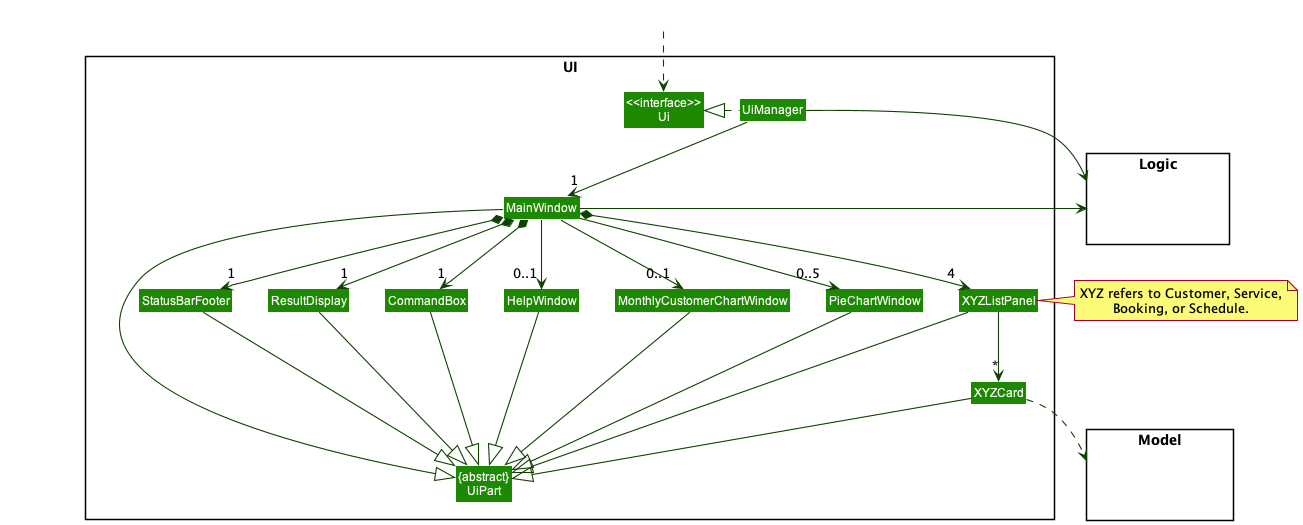
The PlantUML diagram docs/images/UiClassDiagramV2.png in nus-cs2103-AY2122S2/tp, before a commit. Its diagram source:
```plantuml
@startuml
!include style.puml
skinparam arrowThickness 1.1
skinparam arrowColor UI_COLOR_T4
skinparam classBackgroundColor UI_COLOR

package UI <<Rectangle>>{
Class "<<interface>>\nUi" as Ui
Class "{abstract}\nUiPart" as UiPart
Class UiManager
Class MainWindow
Class HelpWindow
Class ResultDisplay
Class XYZListPanel
Class XYZCard
Class StatusBarFooter
Class CommandBox
Class PieChartWindow
Class MonthlyCustomerChartWindow
}

package Model <<Rectangle>> {
Class HiddenModel #FFFFFF
}

package Logic <<Rectangle>> {
Class HiddenLogic #FFFFFF
}

Class HiddenOutside #FFFFFF
HiddenOutside ..> Ui

UiManager .left.|> Ui
UiManager -down-> "1" MainWindow
MainWindow *-down->  "1" CommandBox
MainWindow *-down-> "1" ResultDisplay
MainWindow *-down-> "4" XYZListPanel
MainWindow *-down-> "1" StatusBarFooter
MainWindow --> "0..1" HelpWindow
MainWindow --> "0..5" PieChartWindow
MainWindow --> "0..1" MonthlyCustomerChartWindow

XYZListPanel -down-> "*" XYZCard

MainWindow -left-|> UiPart

ResultDisplay --|> UiPart
CommandBox --|> UiPart
XYZListPanel --|> UiPart
XYZCard --|> UiPart
StatusBarFooter --|> UiPart
HelpWindow --|> UiPart
PieChartWindow --|> UiPart
MonthlyCustomerChartWindow --|> UiPart

XYZCard ..> Model
UiManager -right-> Logic
MainWindow -left-> Logic

note right of [XYZListPanel]
    XYZ refers to Customer, Service,
    Booking, or Schedule.
end note

XYZListPanel -[hidden]left- PieChartWindow
PieChartWindow -[hidden]left- MonthlyCustomerChartWindow
MonthlyCustomerChartWindow -[hidden]left- HelpWindow
HelpWindow -[hidden]left- CommandBox
CommandBox -[hidden]left- ResultDisplay
ResultDisplay -[hidden]left- StatusBarFooter

MainWindow -[hidden]-|> UiPart
@enduml
```
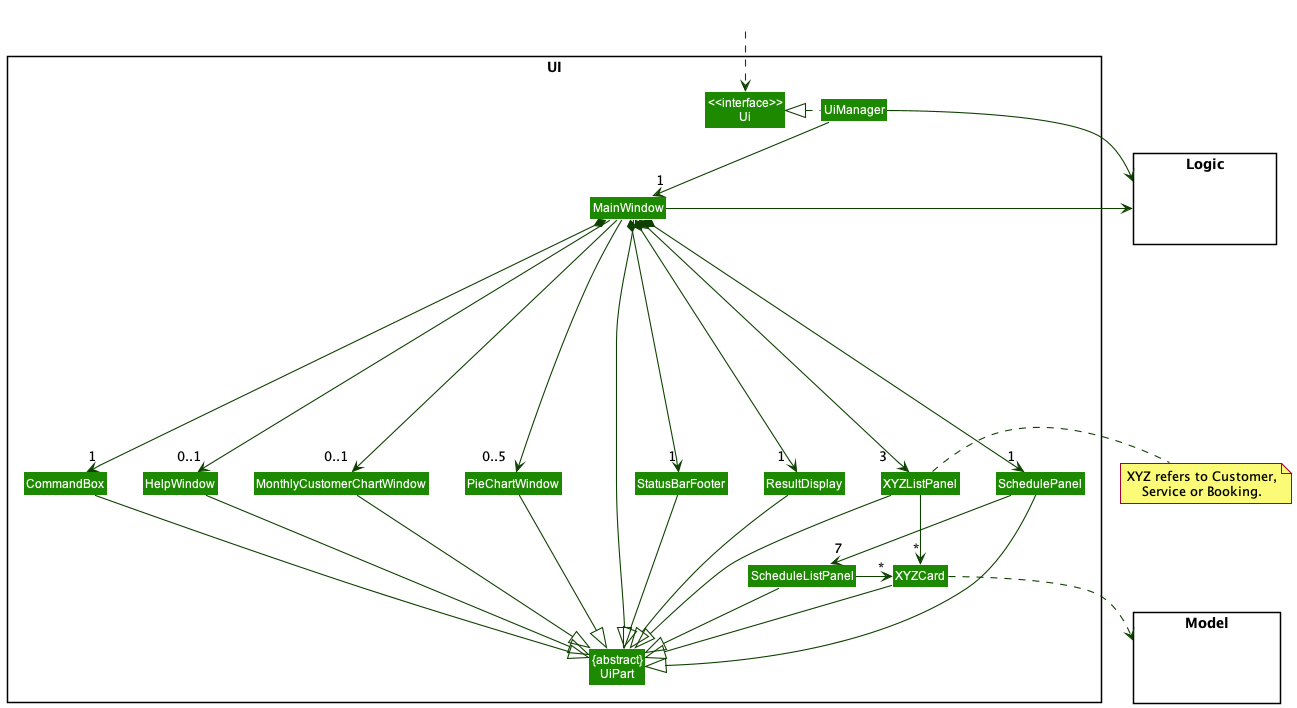
Later version of the same file.

What changed in the source:
```diff
@@ -11,6 +11,8 @@
 Class MainWindow
 Class HelpWindow
 Class ResultDisplay
+Class SchedulePanel
+Class ScheduleListPanel
 Class XYZListPanel
 Class XYZCard
 Class StatusBarFooter
@@ -33,20 +35,25 @@
 UiManager .left.|> Ui
 UiManager -down-> "1" MainWindow
 MainWindow *-down->  "1" CommandBox
-MainWindow *-down-> "1" ResultDisplay
-MainWindow *-down-> "4" XYZListPanel
+MainWindow *-down-> "         1" ResultDisplay
+MainWindow *-down----> "3   " XYZListPanel
+MainWindow *-down-> "1" SchedulePanel
 MainWindow *-down-> "1" StatusBarFooter
 MainWindow --> "0..1" HelpWindow
-MainWindow --> "0..5" PieChartWindow
-MainWindow --> "0..1" MonthlyCustomerChartWindow
+MainWindow --> "        0..5" PieChartWindow
+MainWindow --> "0..1 " MonthlyCustomerChartWindow
+SchedulePanel -down-> "7" ScheduleListPanel
 
 XYZListPanel -down-> "*" XYZCard
+ScheduleListPanel -right-> "*" XYZCard
 
 MainWindow -left-|> UiPart
 
 ResultDisplay --|> UiPart
 CommandBox --|> UiPart
 XYZListPanel --|> UiPart
+SchedulePanel --|> UiPart
+ScheduleListPanel --|> UiPart
 XYZCard --|> UiPart
 StatusBarFooter --|> UiPart
 HelpWindow --|> UiPart
@@ -57,11 +64,12 @@
 UiManager -right-> Logic
 MainWindow -left-> Logic
 
-note right of [XYZListPanel]
-    XYZ refers to Customer, Service,
-    Booking, or Schedule.
+note right of XYZListPanel
+    XYZ refers to Customer,
+    Service or Booking.
 end note
 
+SchedulePanel -[hidden]left- XYZListPanel
 XYZListPanel -[hidden]left- PieChartWindow
 PieChartWindow -[hidden]left- MonthlyCustomerChartWindow
 MonthlyCustomerChartWindow -[hidden]left- HelpWindow
```
